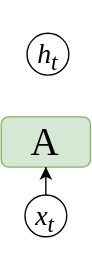
Before: RNN.drawio.svg, a diagram exported from draw.io (master-fency/plot). Source tidied: cells renumbered, new cells last; positions are measured from the earlier drawing's top-left corner, leaving out a move shared by most shapes.
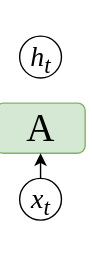
The same file after the commit.

Diff of the diagram source:
```diff
@@ -6,13 +6,13 @@
       <mxGeometry y="60" width="64" height="36" as="geometry" />
     </mxCell>
     <mxCell id="3" value="&lt;font face=&quot;Times New Roman&quot;&gt;&lt;span style=&quot;font-size: 20px;&quot;&gt;&lt;i&gt;h&lt;sub&gt;t&lt;/sub&gt;&lt;/i&gt;&lt;/span&gt;&lt;/font&gt;" style="ellipse;whiteSpace=wrap;html=1;shapeInside=1;" parent="1" vertex="1">
-      <mxGeometry x="18.5" width="30" height="30" as="geometry" />
+      <mxGeometry x="17" y="12" width="30" height="30" as="geometry" />
     </mxCell>
-    <mxCell id="4" style="edgeStyle=orthogonalEdgeStyle;rounded=0;jettySize=auto;html=1;exitX=0.5;exitY=0;exitDx=0;exitDy=0;" parent="1" edge="1" source="5" target="2">
+    <mxCell id="4" style="edgeStyle=orthogonalEdgeStyle;rounded=0;jettySize=auto;html=1;exitX=0.5;exitY=0;exitDx=0;exitDy=0;entryX=0.5;entryY=1;entryDx=0;entryDy=0;" parent="1" edge="1" source="5" target="2">
       <mxGeometry relative="1" as="geometry" />
     </mxCell>
     <mxCell id="5" value="&lt;font face=&quot;Times New Roman&quot;&gt;&lt;span style=&quot;font-size: 20px;&quot;&gt;&lt;i&gt;x&lt;sub&gt;t&lt;/sub&gt;&lt;/i&gt;&lt;/span&gt;&lt;/font&gt;" style="ellipse;whiteSpace=wrap;html=1;shapeInside=1;" parent="1" vertex="1">
-      <mxGeometry x="17" y="116" width="30" height="30" as="geometry" />
+      <mxGeometry x="17" y="114" width="30" height="30" as="geometry" />
     </mxCell>
   </root>
 </mxGraphModel>
```
